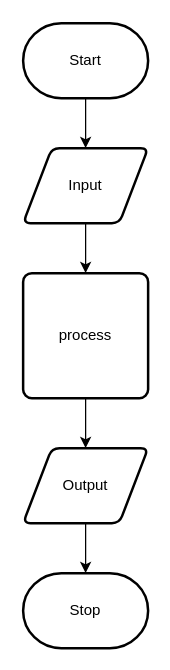
This is design/flow-chart.drawio from Justin-Lavoie16/Assignment-6-JS, a draw.io file, before an edit. Source tidied: cells renumbered, new cells numbered last; positions are measured from the earlier drawing's top-left corner, leaving out a move shared by most shapes. Both pictures are drawn from the tidied source at 125%, with x=0, y=0 at pixel (22, 22).
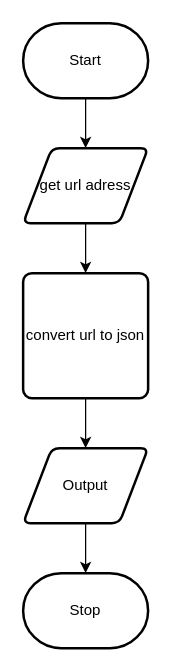
The same page after the edit.

Diff of the diagram source:
```diff
@@
 <mxGraphModel>
   <root>
     <mxCell id="0" />
     <mxCell id="1" parent="0" />
     <mxCell id="2" style="edgeStyle=none;html=1;" parent="1" edge="1" source="3" target="5">
       <mxGeometry relative="1" as="geometry" />
     </mxCell>
     <mxCell id="3" value="Start" style="strokeWidth=2;html=1;shape=mxgraph.flowchart.terminator;whiteSpace=wrap;" parent="1" vertex="1">
       <mxGeometry width="100" height="60" as="geometry" />
     </mxCell>
     <mxCell id="4" style="edgeStyle=none;html=1;" parent="1" edge="1" source="5" target="7">
       <mxGeometry relative="1" as="geometry" />
     </mxCell>
-    <mxCell id="5" value="Input" style="shape=parallelogram;html=1;strokeWidth=2;perimeter=parallelogramPerimeter;whiteSpace=wrap;rounded=1;arcSize=12;size=0.23;" parent="1" vertex="1">
+    <mxCell id="5" value="get url adress" style="shape=parallelogram;html=1;strokeWidth=2;perimeter=parallelogramPerimeter;whiteSpace=wrap;rounded=1;arcSize=12;size=0.23;" parent="1" vertex="1">
       <mxGeometry y="100" width="100" height="60" as="geometry" />
     </mxCell>
     <mxCell id="6" style="edgeStyle=none;html=1;" parent="1" edge="1" source="7" target="9">
       <mxGeometry relative="1" as="geometry" />
     </mxCell>
-    <mxCell id="7" value="process" style="rounded=1;whiteSpace=wrap;html=1;absoluteArcSize=1;arcSize=14;strokeWidth=2;" parent="1" vertex="1">
+    <mxCell id="7" value="convert url to json" style="rounded=1;whiteSpace=wrap;html=1;absoluteArcSize=1;arcSize=14;strokeWidth=2;" parent="1" vertex="1">
       <mxGeometry y="200" width="100" height="100" as="geometry" />
     </mxCell>
     <mxCell id="8" style="edgeStyle=none;html=1;" parent="1" edge="1" source="9" target="10">
       <mxGeometry relative="1" as="geometry" />
     </mxCell>
     <mxCell id="9" value="Output" style="shape=parallelogram;html=1;strokeWidth=2;perimeter=parallelogramPerimeter;whiteSpace=wrap;rounded=1;arcSize=12;size=0.23;" parent="1" vertex="1">
       <mxGeometry y="340" width="100" height="60" as="geometry" />
     </mxCell>
     <mxCell id="10" value="Stop" style="strokeWidth=2;html=1;shape=mxgraph.flowchart.terminator;whiteSpace=wrap;" parent="1" vertex="1">
       <mxGeometry y="440" width="100" height="60" as="geometry" />
     </mxCell>
   </root>
 </mxGraphModel>
```
